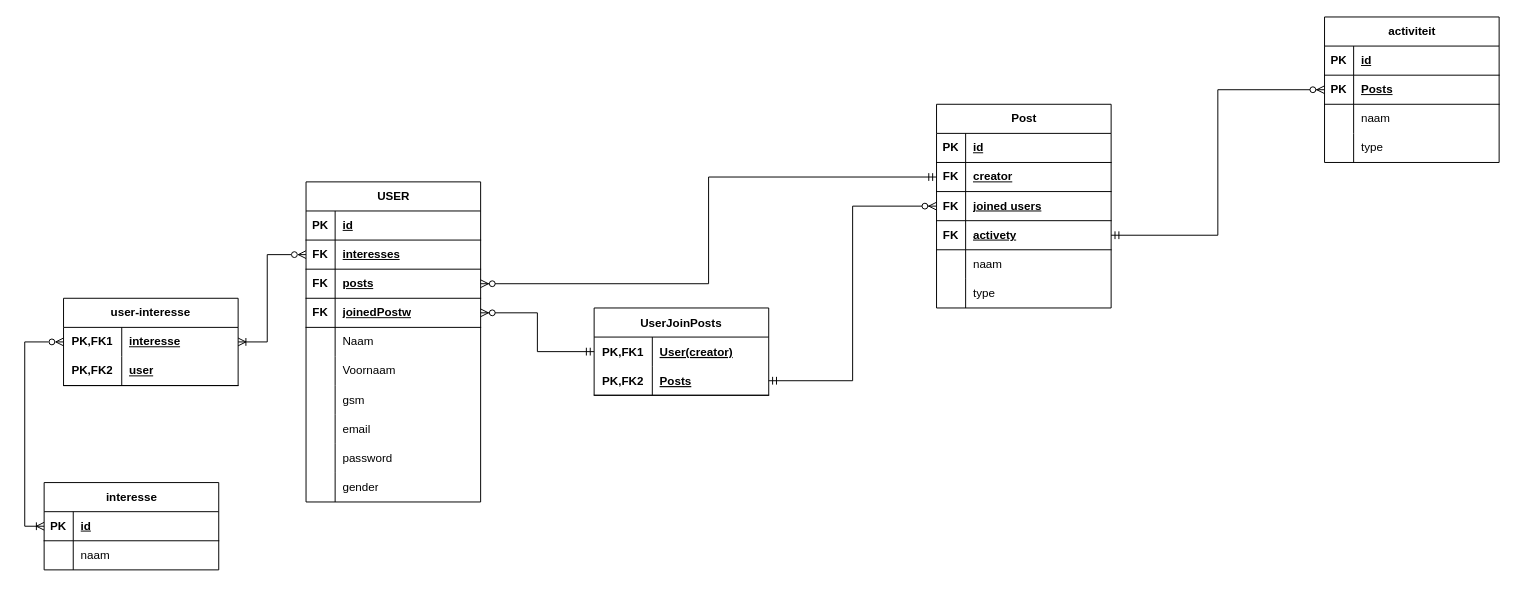
UCLL-Full-stack/project2425-group6-15 keeps this draw.io diagram as analysis/modelLogisch.drawio. Above is the earlier version. Source tidied: cells renumbered, new cells numbered last; positions are measured from the earlier drawing's top-left corner, leaving out a move shared by most shapes. Both pictures are drawn from the tidied source at 97%, with x=0, y=0 at pixel (24, 16).
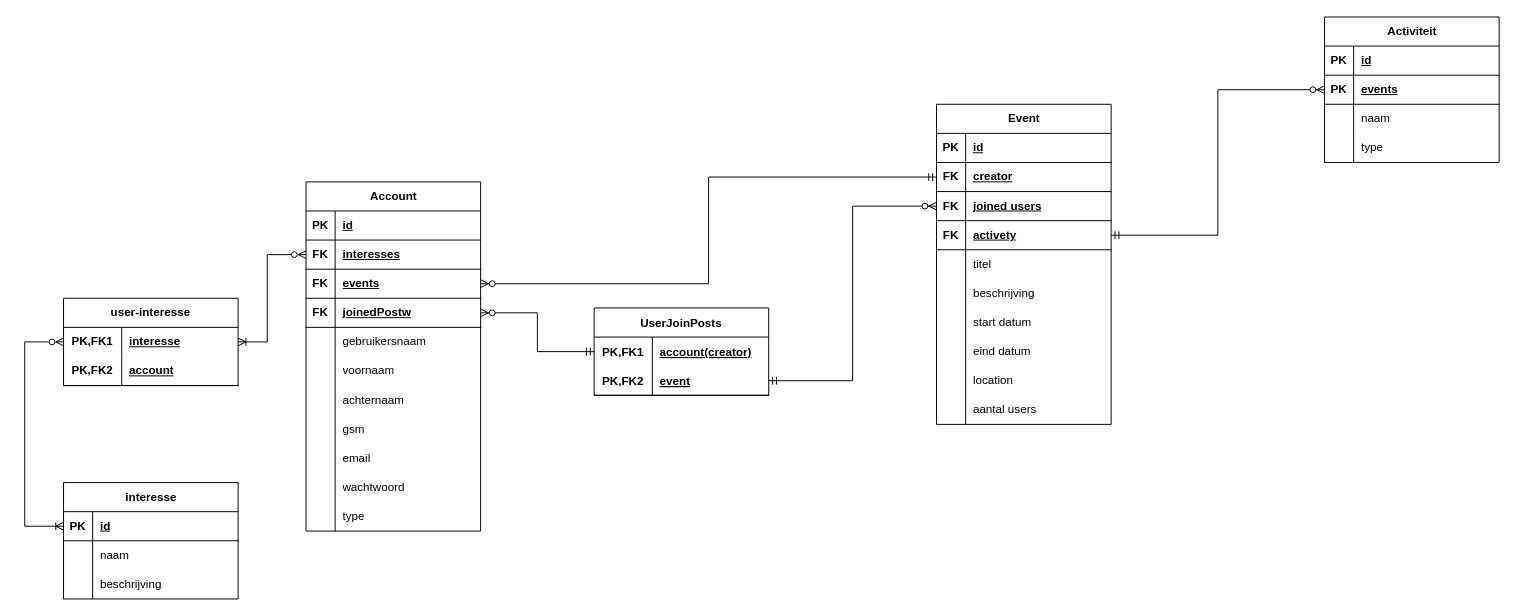
The same page after the edit.

Unchanged cells that the change refers to:
```xml
<mxCell id="9" style="shape=tableRow;horizontal=0;startSize=0;swimlaneHead=0;swimlaneBody=0;fillColor=none;points=[[0,0.5],[1,0.5]];portConstraint=eastwest;top=0;left=0;right=0;bottom=1;" parent="2" vertex="1">
  <mxGeometry y="90" width="180" height="30" as="geometry" />
</mxCell>
<mxCell id="15" style="shape=tableRow;horizontal=0;startSize=0;swimlaneHead=0;swimlaneBody=0;fillColor=none;top=0;left=0;right=0;bottom=0;" parent="2" vertex="1">
  <mxGeometry y="150" width="180" height="30" as="geometry" />
</mxCell>
<mxCell id="18" style="shape=tableRow;horizontal=0;startSize=0;swimlaneHead=0;swimlaneBody=0;fillColor=none;top=0;left=0;right=0;bottom=0;" parent="2" vertex="1">
  <mxGeometry y="180" width="180" height="30" as="geometry" />
</mxCell>
<mxCell id="21" style="shape=tableRow;horizontal=0;startSize=0;swimlaneHead=0;swimlaneBody=0;fillColor=none;top=0;left=0;right=0;bottom=0;" parent="2" vertex="1">
  <mxGeometry y="210" width="180" height="30" as="geometry" />
</mxCell>
<mxCell id="24" style="shape=tableRow;horizontal=0;startSize=0;swimlaneHead=0;swimlaneBody=0;fillColor=none;top=0;left=0;right=0;bottom=0;" parent="2" vertex="1">
  <mxGeometry y="240" width="180" height="30" as="geometry" />
</mxCell>
<mxCell id="27" style="shape=tableRow;horizontal=0;startSize=0;swimlaneHead=0;swimlaneBody=0;fillColor=none;top=0;left=0;right=0;bottom=0;" parent="2" vertex="1">
  <mxGeometry y="270" width="180" height="30" as="geometry" />
</mxCell>
<mxCell id="30" style="shape=tableRow;horizontal=0;startSize=0;swimlaneHead=0;swimlaneBody=0;fillColor=none;top=0;left=0;right=0;bottom=0;" parent="2" vertex="1">
  <mxGeometry y="300" width="180" height="30" as="geometry" />
</mxCell>
<mxCell id="37" style="shape=tableRow;horizontal=0;startSize=0;swimlaneHead=0;swimlaneBody=0;fillColor=none;points=[[0,0.5],[1,0.5]];portConstraint=eastwest;top=0;left=0;right=0;bottom=1;" parent="33" vertex="1">
  <mxGeometry y="60" width="180" height="30" as="geometry" />
</mxCell>
<mxCell id="58" style="shape=tableRow;horizontal=0;startSize=0;swimlaneHead=0;swimlaneBody=0;fillColor=none;top=0;left=0;right=0;bottom=1;html=1;" parent="54" vertex="1">
  <mxGeometry y="60" width="180" height="30" as="geometry" />
</mxCell>
<mxCell id="75" style="shape=tableRow;horizontal=0;startSize=0;swimlaneHead=0;swimlaneBody=0;fillColor=none;top=0;left=0;right=0;bottom=0;" parent="62" vertex="1">
  <mxGeometry y="150" width="180" height="30" as="geometry" />
</mxCell>
<mxCell id="78" style="shape=tableRow;horizontal=0;startSize=0;swimlaneHead=0;swimlaneBody=0;fillColor=none;top=0;left=0;right=0;bottom=0;" parent="62" vertex="1">
  <mxGeometry y="180" width="180" height="30" as="geometry" />
</mxCell>
<mxCell id="84" style="shape=tableRow;horizontal=0;startSize=0;swimlaneHead=0;swimlaneBody=0;fillColor=none;points=[[0,0.5],[1,0.5]];portConstraint=eastwest;top=0;left=0;right=0;bottom=0;" parent="83" vertex="1">
  <mxGeometry y="30" width="180" height="30" as="geometry" />
</mxCell>
<mxCell id="87" style="shape=tableRow;horizontal=0;startSize=0;swimlaneHead=0;swimlaneBody=0;fillColor=none;points=[[0,0.5],[1,0.5]];portConstraint=eastwest;top=0;left=0;right=0;bottom=1;" parent="83" vertex="1">
  <mxGeometry y="60" width="180" height="30" as="geometry" />
</mxCell>
```

What changed in the source:
```diff
@@
-    <mxCell id="2" value="USER" style="shape=table;startSize=30;childLayout=tableLayout;rowLines=0;fontStyle=1;align=center;html=1;" parent="1" vertex="1">
-      <mxGeometry x="290" y="170" width="180" height="330" as="geometry" />
+    <mxCell id="2" value="Account" style="shape=table;startSize=30;childLayout=tableLayout;rowLines=0;fontStyle=1;align=center;html=1;" parent="1" vertex="1">
+      <mxGeometry x="290" y="170" width="180" height="360" as="geometry" />
     </mxCell>
@@
-    <mxCell id="11" value="posts" style="shape=partialRectangle;fillColor=none;top=0;left=0;bottom=0;right=0;align=left;spacingLeft=6;fontStyle=5;overflow=hidden;whiteSpace=wrap;html=1;" parent="9" vertex="1">
+    <mxCell id="11" value="events" style="shape=partialRectangle;fillColor=none;top=0;left=0;bottom=0;right=0;align=left;spacingLeft=6;fontStyle=5;overflow=hidden;whiteSpace=wrap;html=1;" parent="9" vertex="1">
       <mxGeometry x="30" width="150" height="30" as="geometry" />
     </mxCell>
@@
-    <mxCell id="17" value="Naam" style="shape=partialRectangle;fillColor=none;top=0;left=0;bottom=0;right=0;align=left;spacingLeft=6;overflow=hidden;whiteSpace=wrap;html=1;" parent="15" vertex="1">
+    <mxCell id="17" value="gebruikersnaam" style="shape=partialRectangle;fillColor=none;top=0;left=0;bottom=0;right=0;align=left;spacingLeft=6;overflow=hidden;whiteSpace=wrap;html=1;" parent="15" vertex="1">
       <mxGeometry x="30" width="150" height="30" as="geometry" />
     </mxCell>
@@
-    <mxCell id="20" value="Voornaam" style="shape=partialRectangle;fillColor=none;top=0;left=0;bottom=0;right=0;align=left;spacingLeft=6;overflow=hidden;whiteSpace=wrap;html=1;" parent="18" vertex="1">
+    <mxCell id="20" value="voornaam" style="shape=partialRectangle;fillColor=none;top=0;left=0;bottom=0;right=0;align=left;spacingLeft=6;overflow=hidden;whiteSpace=wrap;html=1;" parent="18" vertex="1">
       <mxGeometry x="30" width="150" height="30" as="geometry" />
     </mxCell>
@@
-    <mxCell id="23" value="gsm" style="shape=partialRectangle;fillColor=none;top=0;left=0;bottom=0;right=0;align=left;spacingLeft=6;overflow=hidden;whiteSpace=wrap;html=1;" parent="21" vertex="1">
+    <mxCell id="23" value="achternaam" style="shape=partialRectangle;fillColor=none;top=0;left=0;bottom=0;right=0;align=left;spacingLeft=6;overflow=hidden;whiteSpace=wrap;html=1;" parent="21" vertex="1">
       <mxGeometry x="30" width="150" height="30" as="geometry" />
     </mxCell>
@@
-    <mxCell id="26" value="email" style="shape=partialRectangle;fillColor=none;top=0;left=0;bottom=0;right=0;align=left;spacingLeft=6;overflow=hidden;whiteSpace=wrap;html=1;" parent="24" vertex="1">
+    <mxCell id="26" value="gsm" style="shape=partialRectangle;fillColor=none;top=0;left=0;bottom=0;right=0;align=left;spacingLeft=6;overflow=hidden;whiteSpace=wrap;html=1;" parent="24" vertex="1">
       <mxGeometry x="30" width="150" height="30" as="geometry" />
     </mxCell>
@@
-    <mxCell id="29" value="password" style="shape=partialRectangle;fillColor=none;top=0;left=0;bottom=0;right=0;align=left;spacingLeft=6;overflow=hidden;whiteSpace=wrap;html=1;" parent="27" vertex="1">
+    <mxCell id="29" value="email" style="shape=partialRectangle;fillColor=none;top=0;left=0;bottom=0;right=0;align=left;spacingLeft=6;overflow=hidden;whiteSpace=wrap;html=1;" parent="27" vertex="1">
       <mxGeometry x="30" width="150" height="30" as="geometry" />
     </mxCell>
@@
-    <mxCell id="32" value="gender" style="shape=partialRectangle;fillColor=none;top=0;left=0;bottom=0;right=0;align=left;spacingLeft=6;overflow=hidden;whiteSpace=wrap;html=1;" parent="30" vertex="1">
+    <mxCell id="32" value="wachtwoord" style="shape=partialRectangle;fillColor=none;top=0;left=0;bottom=0;right=0;align=left;spacingLeft=6;overflow=hidden;whiteSpace=wrap;html=1;" parent="30" vertex="1">
       <mxGeometry x="30" width="150" height="30" as="geometry" />
     </mxCell>
+    <mxCell id="92" style="shape=tableRow;horizontal=0;startSize=0;swimlaneHead=0;swimlaneBody=0;fillColor=none;top=0;left=0;right=0;bottom=0;" parent="2" vertex="1">
+      <mxGeometry y="330" width="180" height="30" as="geometry" />
+    </mxCell>
+    <mxCell id="93" style="shape=partialRectangle;fillColor=none;top=0;left=0;bottom=0;right=0;overflow=hidden;whiteSpace=wrap;html=1;" parent="92" vertex="1">
+      <mxGeometry width="30" height="30" as="geometry" />
+    </mxCell>
+    <mxCell id="94" value="type" style="shape=partialRectangle;fillColor=none;top=0;left=0;bottom=0;right=0;align=left;spacingLeft=6;overflow=hidden;whiteSpace=wrap;html=1;" parent="92" vertex="1">
+      <mxGeometry x="30" width="150" height="30" as="geometry" />
+    </mxCell>
-    <mxCell id="33" value="activiteit" style="shape=table;startSize=30;childLayout=tableLayout;rowLines=0;fontStyle=1;align=center;html=1;" parent="1" vertex="1">
+    <mxCell id="33" value="Activiteit" style="shape=table;startSize=30;childLayout=tableLayout;rowLines=0;fontStyle=1;align=center;html=1;" parent="1" vertex="1">
       <mxGeometry x="1340" width="180" height="150" as="geometry" />
     </mxCell>
@@
-    <mxCell id="39" value="Posts" style="shape=partialRectangle;fillColor=none;top=0;left=0;bottom=0;right=0;align=left;spacingLeft=6;fontStyle=5;overflow=hidden;whiteSpace=wrap;html=1;" parent="37" vertex="1">
+    <mxCell id="39" value="events" style="shape=partialRectangle;fillColor=none;top=0;left=0;bottom=0;right=0;align=left;spacingLeft=6;fontStyle=5;overflow=hidden;whiteSpace=wrap;html=1;" parent="37" vertex="1">
       <mxGeometry x="30" width="150" height="30" as="geometry" />
     </mxCell>
@@
     <mxCell id="47" value="interesse" style="shape=table;startSize=30;childLayout=tableLayout;rowLines=0;fontStyle=1;align=center;html=1;" parent="1" vertex="1">
-      <mxGeometry x="20" y="480" width="180" height="90" as="geometry" />
+      <mxGeometry x="40" y="480" width="180" height="120" as="geometry" />
     </mxCell>
@@
+    <mxCell id="95" style="shape=tableRow;horizontal=0;startSize=0;swimlaneHead=0;swimlaneBody=0;fillColor=none;top=0;left=0;right=0;bottom=0;" parent="47" vertex="1">
+      <mxGeometry y="90" width="180" height="30" as="geometry" />
+    </mxCell>
+    <mxCell id="96" style="shape=partialRectangle;fillColor=none;top=0;left=0;bottom=0;right=0;overflow=hidden;whiteSpace=wrap;html=1;" parent="95" vertex="1">
+      <mxGeometry width="30" height="30" as="geometry" />
+    </mxCell>
+    <mxCell id="97" value="beschrijving" style="shape=partialRectangle;fillColor=none;top=0;left=0;bottom=0;right=0;align=left;spacingLeft=6;overflow=hidden;whiteSpace=wrap;html=1;" parent="95" vertex="1">
+      <mxGeometry x="30" width="150" height="30" as="geometry" />
+    </mxCell>
@@
-    <mxCell id="60" value="user" style="shape=partialRectangle;fillColor=none;top=0;left=0;bottom=0;right=0;align=left;spacingLeft=6;fontStyle=5;overflow=hidden;html=1;whiteSpace=wrap;" parent="58" vertex="1">
+    <mxCell id="60" value="account" style="shape=partialRectangle;fillColor=none;top=0;left=0;bottom=0;right=0;align=left;spacingLeft=6;fontStyle=5;overflow=hidden;html=1;whiteSpace=wrap;" parent="58" vertex="1">
       <mxGeometry x="60" width="120" height="30" as="geometry" />
     </mxCell>
@@
-    <mxCell id="62" value="Post" style="shape=table;startSize=30;childLayout=tableLayout;rowLines=0;fontStyle=1;align=center;html=1;" parent="1" vertex="1">
-      <mxGeometry x="940" y="90" width="180" height="210" as="geometry" />
+    <mxCell id="62" value="Event" style="shape=table;startSize=30;childLayout=tableLayout;rowLines=0;fontStyle=1;align=center;html=1;" parent="1" vertex="1">
+      <mxGeometry x="940" y="90" width="180" height="330" as="geometry" />
     </mxCell>
@@
-    <mxCell id="77" value="naam" style="shape=partialRectangle;fillColor=none;top=0;left=0;bottom=0;right=0;align=left;spacingLeft=6;overflow=hidden;whiteSpace=wrap;html=1;" parent="75" vertex="1">
+    <mxCell id="77" value="titel" style="shape=partialRectangle;fillColor=none;top=0;left=0;bottom=0;right=0;align=left;spacingLeft=6;overflow=hidden;whiteSpace=wrap;html=1;" parent="75" vertex="1">
       <mxGeometry x="30" width="150" height="30" as="geometry" />
     </mxCell>
@@
-    <mxCell id="80" value="type" style="shape=partialRectangle;fillColor=none;top=0;left=0;bottom=0;right=0;align=left;spacingLeft=6;overflow=hidden;whiteSpace=wrap;html=1;" parent="78" vertex="1">
+    <mxCell id="80" value="beschrijving" style="shape=partialRectangle;fillColor=none;top=0;left=0;bottom=0;right=0;align=left;spacingLeft=6;overflow=hidden;whiteSpace=wrap;html=1;" parent="78" vertex="1">
       <mxGeometry x="30" width="150" height="30" as="geometry" />
     </mxCell>
+    <mxCell id="98" style="shape=tableRow;horizontal=0;startSize=0;swimlaneHead=0;swimlaneBody=0;fillColor=none;top=0;left=0;right=0;bottom=0;" parent="62" vertex="1">
+      <mxGeometry y="210" width="180" height="30" as="geometry" />
+    </mxCell>
+    <mxCell id="99" style="shape=partialRectangle;fillColor=none;top=0;left=0;bottom=0;right=0;overflow=hidden;whiteSpace=wrap;html=1;" parent="98" vertex="1">
+      <mxGeometry width="30" height="30" as="geometry" />
+    </mxCell>
+    <mxCell id="100" value="start datum" style="shape=partialRectangle;fillColor=none;top=0;left=0;bottom=0;right=0;align=left;spacingLeft=6;overflow=hidden;whiteSpace=wrap;html=1;" parent="98" vertex="1">
+      <mxGeometry x="30" width="150" height="30" as="geometry" />
+    </mxCell>
+    <mxCell id="101" style="shape=tableRow;horizontal=0;startSize=0;swimlaneHead=0;swimlaneBody=0;fillColor=none;top=0;left=0;right=0;bottom=0;" parent="62" vertex="1">
+      <mxGeometry y="240" width="180" height="30" as="geometry" />
+    </mxCell>
+    <mxCell id="102" style="shape=partialRectangle;fillColor=none;top=0;left=0;bottom=0;right=0;overflow=hidden;whiteSpace=wrap;html=1;" parent="101" vertex="1">
+      <mxGeometry width="30" height="30" as="geometry" />
+    </mxCell>
+    <mxCell id="103" value="eind datum" style="shape=partialRectangle;fillColor=none;top=0;left=0;bottom=0;right=0;align=left;spacingLeft=6;overflow=hidden;whiteSpace=wrap;html=1;" parent="101" vertex="1">
+      <mxGeometry x="30" width="150" height="30" as="geometry" />
+    </mxCell>
+    <mxCell id="104" style="shape=tableRow;horizontal=0;startSize=0;swimlaneHead=0;swimlaneBody=0;fillColor=none;top=0;left=0;right=0;bottom=0;" parent="62" vertex="1">
+      <mxGeometry y="270" width="180" height="30" as="geometry" />
+    </mxCell>
+    <mxCell id="105" style="shape=partialRectangle;fillColor=none;top=0;left=0;bottom=0;right=0;overflow=hidden;whiteSpace=wrap;html=1;" parent="104" vertex="1">
+      <mxGeometry width="30" height="30" as="geometry" />
+    </mxCell>
+    <mxCell id="106" value="location" style="shape=partialRectangle;fillColor=none;top=0;left=0;bottom=0;right=0;align=left;spacingLeft=6;overflow=hidden;whiteSpace=wrap;html=1;" parent="104" vertex="1">
+      <mxGeometry x="30" width="150" height="30" as="geometry" />
+    </mxCell>
+    <mxCell id="107" style="shape=tableRow;horizontal=0;startSize=0;swimlaneHead=0;swimlaneBody=0;fillColor=none;top=0;left=0;right=0;bottom=0;" parent="62" vertex="1">
+      <mxGeometry y="300" width="180" height="30" as="geometry" />
+    </mxCell>
+    <mxCell id="108" style="shape=partialRectangle;fillColor=none;top=0;left=0;bottom=0;right=0;overflow=hidden;whiteSpace=wrap;html=1;" parent="107" vertex="1">
+      <mxGeometry width="30" height="30" as="geometry" />
+    </mxCell>
+    <mxCell id="109" value="aantal users" style="shape=partialRectangle;fillColor=none;top=0;left=0;bottom=0;right=0;align=left;spacingLeft=6;overflow=hidden;whiteSpace=wrap;html=1;" parent="107" vertex="1">
+      <mxGeometry x="30" width="150" height="30" as="geometry" />
+    </mxCell>
@@
-    <mxCell id="86" value="User(creator)" style="shape=partialRectangle;fillColor=none;top=0;left=0;bottom=0;right=0;align=left;spacingLeft=6;fontStyle=5;overflow=hidden;" parent="84" vertex="1">
+    <mxCell id="86" value="account(creator)" style="shape=partialRectangle;fillColor=none;top=0;left=0;bottom=0;right=0;align=left;spacingLeft=6;fontStyle=5;overflow=hidden;" parent="84" vertex="1">
       <mxGeometry x="60" width="120" height="30" as="geometry" />
     </mxCell>
@@
-    <mxCell id="89" value="Posts" style="shape=partialRectangle;fillColor=none;top=0;left=0;bottom=0;right=0;align=left;spacingLeft=6;fontStyle=5;overflow=hidden;" parent="87" vertex="1">
+    <mxCell id="89" value="event" style="shape=partialRectangle;fillColor=none;top=0;left=0;bottom=0;right=0;align=left;spacingLeft=6;fontStyle=5;overflow=hidden;" parent="87" vertex="1">
       <mxGeometry x="60" width="120" height="30" as="geometry" />
     </mxCell>
```
